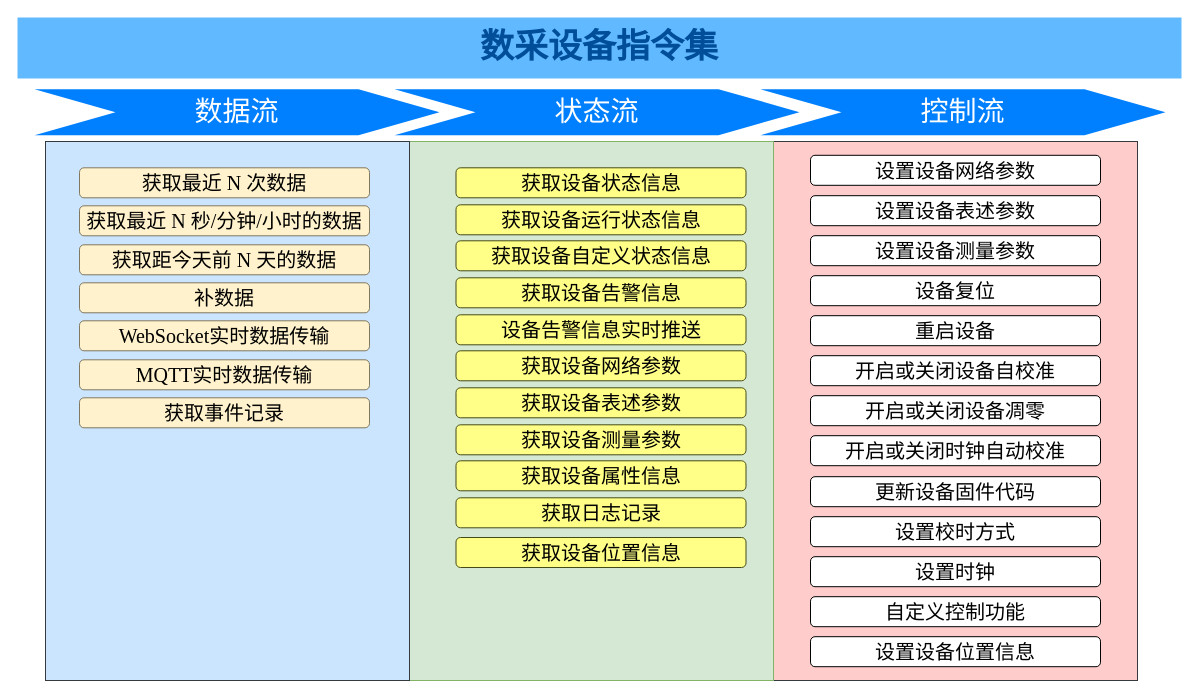
The draw.io diagram page "第 4 页" (4 of 6) of drawio/dataFlow.drawio in raingnight/Blog_Pic, before the edit. Source tidied: cells renumbered, new cells numbered last; positions are measured from the earlier drawing's top-left corner, leaving out a move shared by most shapes. Both pictures are drawn from the tidied source at 100%, with x=0, y=0 at pixel (17, 17).
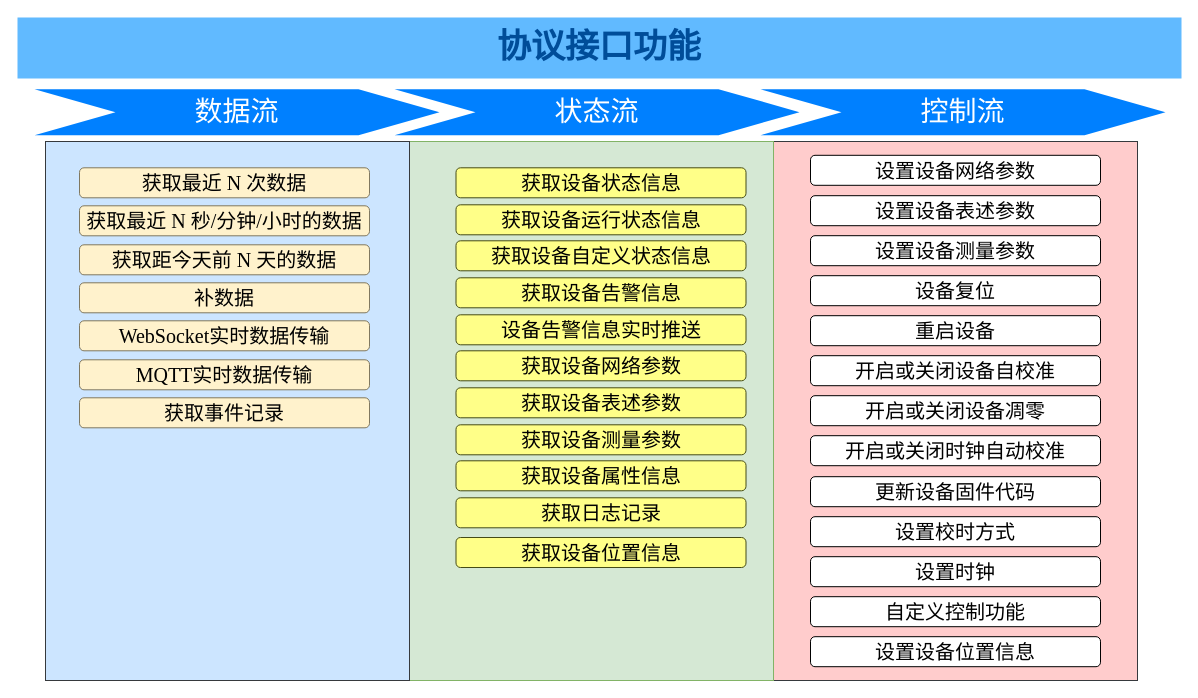
The same diagram, later.

Diff of the diagram source:
```diff
@@
-    <mxCell id="5" value="&lt;font style=&quot;font-size: 34px;&quot;&gt;数采设备指令集&lt;/font&gt;" style="text;html=1;strokeColor=none;fillColor=#61BAFF;align=center;verticalAlign=middle;whiteSpace=wrap;fontSize=20;fontStyle=1;fontColor=#004D99;fontFamily=Architects Daughter;" parent="1" vertex="1">
+    <mxCell id="5" value="&lt;font style=&quot;font-size: 34px;&quot;&gt;协议接口功能&lt;/font&gt;" style="text;html=1;strokeColor=none;fillColor=#61BAFF;align=center;verticalAlign=middle;whiteSpace=wrap;fontSize=20;fontStyle=1;fontColor=#004D99;fontFamily=Architects Daughter;" parent="1" vertex="1">
       <mxGeometry width="1164" height="61" as="geometry" />
     </mxCell>
```
